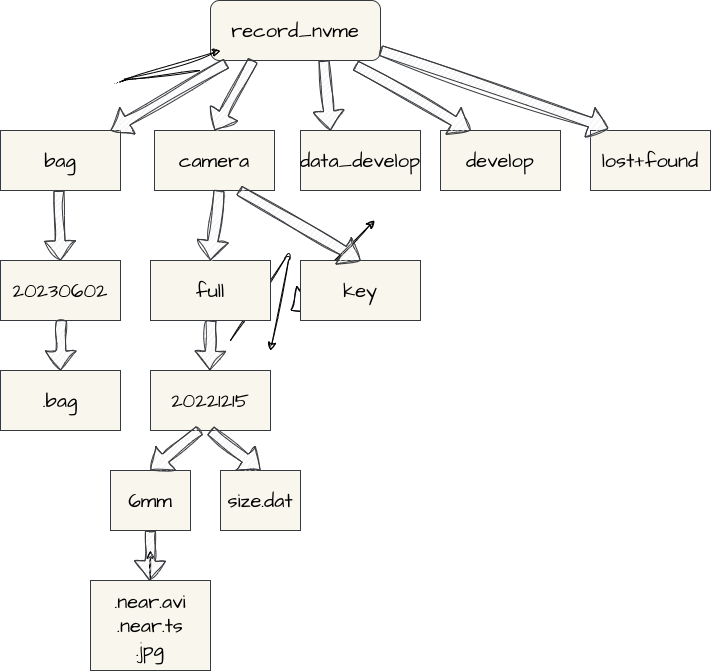
Before: 文件层级.png, a diagram exported from draw.io (zzcodd/ImageHosting). Source tidied: cells renumbered, new cells last; positions are measured from the earlier drawing's top-left corner, leaving out a move shared by most shapes. The source it was exported from:
```xml
<mxGraphModel background="#ffffff">
  <root>
    <mxCell id="0" />
    <mxCell id="1" parent="0" />
    <mxCell id="2" value="record_nvme" style="whiteSpace=wrap;html=1;align=center;newEdgeStyle={&quot;edgeStyle&quot;:&quot;elbowEdgeStyle&quot;,&quot;startArrow&quot;:&quot;none&quot;,&quot;endArrow&quot;:&quot;none&quot;};rounded=1;shadow=0;glass=0;sketch=0;hachureGap=4;jiggle=2;curveFitting=1;fontFamily=Architects Daughter;fontSource=https%3A%2F%2Ffonts.googleapis.com%2Fcss%3Ffamily%3DArchitects%2BDaughter;fontSize=20;fillColor=#f9f7ed;strokeColor=#36393d;fontColor=#000000;" parent="1" vertex="1">
      <mxGeometry x="210" width="170" height="60" as="geometry" />
    </mxCell>
    <mxCell id="3" value="bag" style="rounded=0;whiteSpace=wrap;html=1;shadow=0;glass=0;sketch=0;hachureGap=4;jiggle=2;curveFitting=1;fontFamily=Architects Daughter;fontSource=https%3A%2F%2Ffonts.googleapis.com%2Fcss%3Ffamily%3DArchitects%2BDaughter;fontSize=20;fillColor=#f9f7ed;strokeColor=#36393d;fontColor=#000000;" parent="1" vertex="1">
      <mxGeometry y="130" width="120" height="60" as="geometry" />
    </mxCell>
    <mxCell id="4" value="camera" style="rounded=0;whiteSpace=wrap;html=1;shadow=0;glass=0;sketch=0;hachureGap=4;jiggle=2;curveFitting=1;fontFamily=Architects Daughter;fontSource=https%3A%2F%2Ffonts.googleapis.com%2Fcss%3Ffamily%3DArchitects%2BDaughter;fontSize=20;fillColor=#f9f7ed;strokeColor=#36393d;fontColor=#000000;" parent="1" vertex="1">
      <mxGeometry x="154" y="130" width="120" height="60" as="geometry" />
    </mxCell>
    <mxCell id="5" value="data_develop" style="rounded=0;whiteSpace=wrap;html=1;shadow=0;glass=0;sketch=0;hachureGap=4;jiggle=2;curveFitting=1;fontFamily=Architects Daughter;fontSource=https%3A%2F%2Ffonts.googleapis.com%2Fcss%3Ffamily%3DArchitects%2BDaughter;fontSize=20;fillColor=#f9f7ed;strokeColor=#36393d;fontColor=#000000;" parent="1" vertex="1">
      <mxGeometry x="300" y="130" width="120" height="60" as="geometry" />
    </mxCell>
    <mxCell id="6" value="develop" style="rounded=0;whiteSpace=wrap;html=1;shadow=0;glass=0;sketch=0;hachureGap=4;jiggle=2;curveFitting=1;fontFamily=Architects Daughter;fontSource=https%3A%2F%2Ffonts.googleapis.com%2Fcss%3Ffamily%3DArchitects%2BDaughter;fontSize=20;fillColor=#f9f7ed;strokeColor=#36393d;fontColor=#000000;" parent="1" vertex="1">
      <mxGeometry x="440" y="130" width="120" height="60" as="geometry" />
    </mxCell>
    <mxCell id="7" value="lost+found" style="rounded=0;whiteSpace=wrap;html=1;shadow=0;glass=0;sketch=0;hachureGap=4;jiggle=2;curveFitting=1;fontFamily=Architects Daughter;fontSource=https%3A%2F%2Ffonts.googleapis.com%2Fcss%3Ffamily%3DArchitects%2BDaughter;fontSize=20;fillColor=#f9f7ed;strokeColor=#36393d;fontColor=#000000;" parent="1" vertex="1">
      <mxGeometry x="590" y="130" width="120" height="60" as="geometry" />
    </mxCell>
    <mxCell id="8" style="shape=flexArrow;endArrow=classic;html=1;sketch=1;hachureGap=4;jiggle=2;curveFitting=1;fontFamily=Architects Daughter;fontSource=https%3A%2F%2Ffonts.googleapis.com%2Fcss%3Ffamily%3DArchitects%2BDaughter;fontSize=16;fontColor=#000000;" parent="1" edge="1">
      <mxGeometry relative="1" as="geometry">
        <mxPoint x="330" y="280" as="sourcePoint" />
        <mxPoint x="290" y="310" as="targetPoint" />
      </mxGeometry>
    </mxCell>
    <mxCell id="9" style="endArrow=classic;html=1;sketch=1;hachureGap=4;jiggle=2;curveFitting=1;fontFamily=Architects Daughter;fontSource=https%3A%2F%2Ffonts.googleapis.com%2Fcss%3Ffamily%3DArchitects%2BDaughter;fontSize=16;fontColor=#000000;" parent="1" edge="1">
      <mxGeometry relative="1" as="geometry">
        <mxPoint x="324" y="270" as="sourcePoint" />
        <mxPoint x="374" y="220" as="targetPoint" />
      </mxGeometry>
    </mxCell>
    <mxCell id="10" style="endArrow=classic;html=1;sketch=1;hachureGap=4;jiggle=2;curveFitting=1;fontFamily=Architects Daughter;fontSource=https%3A%2F%2Ffonts.googleapis.com%2Fcss%3Ffamily%3DArchitects%2BDaughter;fontSize=16;fontColor=#000000;" parent="1" edge="1">
      <mxGeometry relative="1" as="geometry">
        <mxPoint x="200" y="70" as="sourcePoint" />
        <mxPoint x="220" y="50" as="targetPoint" />
        <Array as="points">
          <mxPoint x="120" y="80" />
        </Array>
      </mxGeometry>
    </mxCell>
    <mxCell id="11" style="endArrow=classic;html=1;sketch=1;hachureGap=4;jiggle=2;curveFitting=1;fontFamily=Architects Daughter;fontSource=https%3A%2F%2Ffonts.googleapis.com%2Fcss%3Ffamily%3DArchitects%2BDaughter;fontSize=16;fontColor=#000000;" parent="1" edge="1">
      <mxGeometry relative="1" as="geometry">
        <mxPoint x="230" y="340" as="sourcePoint" />
        <mxPoint x="270" y="350" as="targetPoint" />
        <Array as="points">
          <mxPoint x="290" y="250" />
        </Array>
      </mxGeometry>
    </mxCell>
    <mxCell id="12" style="shape=flexArrow;endArrow=classic;html=1;sketch=1;hachureGap=4;jiggle=2;curveFitting=1;fontFamily=Architects Daughter;fontSource=https%3A%2F%2Ffonts.googleapis.com%2Fcss%3Ffamily%3DArchitects%2BDaughter;fontSize=16;fontColor=#000000;fillColor=#eeeeee;strokeColor=#36393d;exitX=0.094;exitY=1.05;exitDx=0;exitDy=0;exitPerimeter=0;" parent="1" edge="1" source="2">
      <mxGeometry relative="1" as="geometry">
        <mxPoint x="110" y="130" as="targetPoint" />
      </mxGeometry>
    </mxCell>
    <mxCell id="13" style="shape=flexArrow;endArrow=classic;html=1;sketch=1;hachureGap=4;jiggle=2;curveFitting=1;fontFamily=Architects Daughter;fontSource=https%3A%2F%2Ffonts.googleapis.com%2Fcss%3Ffamily%3DArchitects%2BDaughter;fontSize=16;fontColor=#000000;fillColor=#eeeeee;strokeColor=#36393d;exitX=0.25;exitY=1;exitDx=0;exitDy=0;entryX=0.5;entryY=0;entryDx=0;entryDy=0;" parent="1" edge="1" source="2" target="4">
      <mxGeometry relative="1" as="geometry" />
    </mxCell>
    <mxCell id="14" style="shape=flexArrow;endArrow=classic;html=1;sketch=1;hachureGap=4;jiggle=2;curveFitting=1;fontFamily=Architects Daughter;fontSource=https%3A%2F%2Ffonts.googleapis.com%2Fcss%3Ffamily%3DArchitects%2BDaughter;fontSize=16;fontColor=#000000;fillColor=#eeeeee;strokeColor=#36393d;exitX=0.25;exitY=1;exitDx=0;exitDy=0;entryX=0.25;entryY=0;entryDx=0;entryDy=0;" parent="1" edge="1" target="5">
      <mxGeometry relative="1" as="geometry">
        <mxPoint x="323.5" y="60" as="sourcePoint" />
      </mxGeometry>
    </mxCell>
    <mxCell id="15" style="shape=flexArrow;endArrow=classic;html=1;sketch=1;hachureGap=4;jiggle=2;curveFitting=1;fontFamily=Architects Daughter;fontSource=https%3A%2F%2Ffonts.googleapis.com%2Fcss%3Ffamily%3DArchitects%2BDaughter;fontSize=16;fontColor=#000000;fillColor=#eeeeee;strokeColor=#36393d;exitX=0.853;exitY=1.083;exitDx=0;exitDy=0;entryX=0.25;entryY=0;entryDx=0;entryDy=0;exitPerimeter=0;" parent="1" edge="1" source="2" target="6">
      <mxGeometry relative="1" as="geometry" />
    </mxCell>
    <mxCell id="16" style="shape=flexArrow;endArrow=classic;html=1;sketch=1;hachureGap=4;jiggle=2;curveFitting=1;fontFamily=Architects Daughter;fontSource=https%3A%2F%2Ffonts.googleapis.com%2Fcss%3Ffamily%3DArchitects%2BDaughter;fontSize=16;fontColor=#000000;fillColor=#eeeeee;strokeColor=#36393d;exitX=0.853;exitY=1.083;exitDx=0;exitDy=0;entryX=0.15;entryY=-0.033;entryDx=0;entryDy=0;exitPerimeter=0;entryPerimeter=0;" parent="1" edge="1" target="7">
      <mxGeometry relative="1" as="geometry">
        <mxPoint x="380" y="50" as="sourcePoint" />
      </mxGeometry>
    </mxCell>
    <mxCell id="17" value="20230602" style="rounded=0;whiteSpace=wrap;html=1;shadow=0;glass=0;sketch=0;hachureGap=4;jiggle=2;curveFitting=1;fontFamily=Architects Daughter;fontSource=https%3A%2F%2Ffonts.googleapis.com%2Fcss%3Ffamily%3DArchitects%2BDaughter;fontSize=20;fillColor=#f9f7ed;strokeColor=#36393d;fontColor=#000000;" parent="1" vertex="1">
      <mxGeometry y="260" width="120" height="60" as="geometry" />
    </mxCell>
    <mxCell id="18" style="shape=flexArrow;endArrow=classic;html=1;sketch=1;hachureGap=4;jiggle=2;curveFitting=1;fontFamily=Architects Daughter;fontSource=https%3A%2F%2Ffonts.googleapis.com%2Fcss%3Ffamily%3DArchitects%2BDaughter;fontSize=16;fontColor=#000000;fillColor=#eeeeee;strokeColor=#36393d;exitX=0.25;exitY=1;exitDx=0;exitDy=0;entryX=0.5;entryY=0;entryDx=0;entryDy=0;" parent="1" edge="1" target="17">
      <mxGeometry relative="1" as="geometry">
        <mxPoint x="58.5" y="190" as="sourcePoint" />
      </mxGeometry>
    </mxCell>
    <mxCell id="19" value=".bag" style="rounded=0;whiteSpace=wrap;html=1;shadow=0;glass=0;sketch=0;hachureGap=4;jiggle=2;curveFitting=1;fontFamily=Architects Daughter;fontSource=https%3A%2F%2Ffonts.googleapis.com%2Fcss%3Ffamily%3DArchitects%2BDaughter;fontSize=20;fillColor=#f9f7ed;strokeColor=#36393d;fontColor=#000000;" parent="1" vertex="1">
      <mxGeometry y="370" width="120" height="60" as="geometry" />
    </mxCell>
    <mxCell id="20" style="shape=flexArrow;endArrow=classic;html=1;sketch=1;hachureGap=4;jiggle=2;curveFitting=1;fontFamily=Architects Daughter;fontSource=https%3A%2F%2Ffonts.googleapis.com%2Fcss%3Ffamily%3DArchitects%2BDaughter;fontSize=16;fontColor=#000000;fillColor=#eeeeee;strokeColor=#36393d;" parent="1" edge="1">
      <mxGeometry relative="1" as="geometry">
        <mxPoint x="61" y="320" as="sourcePoint" />
        <mxPoint x="60" y="370" as="targetPoint" />
      </mxGeometry>
    </mxCell>
    <mxCell id="21" value="full" style="rounded=0;whiteSpace=wrap;html=1;shadow=0;glass=0;sketch=0;hachureGap=4;jiggle=2;curveFitting=1;fontFamily=Architects Daughter;fontSource=https%3A%2F%2Ffonts.googleapis.com%2Fcss%3Ffamily%3DArchitects%2BDaughter;fontSize=20;fillColor=#f9f7ed;strokeColor=#36393d;fontColor=#000000;" parent="1" vertex="1">
      <mxGeometry x="150" y="260" width="120" height="60" as="geometry" />
    </mxCell>
    <mxCell id="22" value="key" style="rounded=0;whiteSpace=wrap;html=1;shadow=0;glass=0;sketch=0;hachureGap=4;jiggle=2;curveFitting=1;fontFamily=Architects Daughter;fontSource=https%3A%2F%2Ffonts.googleapis.com%2Fcss%3Ffamily%3DArchitects%2BDaughter;fontSize=20;fillColor=#f9f7ed;strokeColor=#36393d;fontColor=#000000;" parent="1" vertex="1">
      <mxGeometry x="300" y="260" width="120" height="60" as="geometry" />
    </mxCell>
    <mxCell id="23" style="shape=flexArrow;endArrow=classic;html=1;sketch=1;hachureGap=4;jiggle=2;curveFitting=1;fontFamily=Architects Daughter;fontSource=https%3A%2F%2Ffonts.googleapis.com%2Fcss%3Ffamily%3DArchitects%2BDaughter;fontSize=16;fontColor=#000000;fillColor=#eeeeee;strokeColor=#36393d;exitX=0.25;exitY=1;exitDx=0;exitDy=0;entryX=0.5;entryY=0;entryDx=0;entryDy=0;" parent="1" edge="1" target="21">
      <mxGeometry relative="1" as="geometry">
        <mxPoint x="218.5" y="190" as="sourcePoint" />
      </mxGeometry>
    </mxCell>
    <mxCell id="24" style="shape=flexArrow;endArrow=classic;html=1;sketch=1;hachureGap=4;jiggle=2;curveFitting=1;fontFamily=Architects Daughter;fontSource=https%3A%2F%2Ffonts.googleapis.com%2Fcss%3Ffamily%3DArchitects%2BDaughter;fontSize=16;fontColor=#000000;fillColor=#eeeeee;strokeColor=#36393d;exitX=0.25;exitY=1;exitDx=0;exitDy=0;entryX=0.5;entryY=0;entryDx=0;entryDy=0;" parent="1" edge="1" target="22">
      <mxGeometry relative="1" as="geometry">
        <mxPoint x="238.5" y="190" as="sourcePoint" />
      </mxGeometry>
    </mxCell>
    <mxCell id="25" value="20221215" style="rounded=0;whiteSpace=wrap;html=1;shadow=0;glass=0;sketch=0;hachureGap=4;jiggle=2;curveFitting=1;fontFamily=Architects Daughter;fontSource=https%3A%2F%2Ffonts.googleapis.com%2Fcss%3Ffamily%3DArchitects%2BDaughter;fontSize=20;fillColor=#f9f7ed;strokeColor=#36393d;fontColor=#000000;" parent="1" vertex="1">
      <mxGeometry x="150" y="370" width="120" height="60" as="geometry" />
    </mxCell>
    <mxCell id="26" style="shape=flexArrow;endArrow=classic;html=1;sketch=1;hachureGap=4;jiggle=2;curveFitting=1;fontFamily=Architects Daughter;fontSource=https%3A%2F%2Ffonts.googleapis.com%2Fcss%3Ffamily%3DArchitects%2BDaughter;fontSize=16;fontColor=#000000;fillColor=#eeeeee;strokeColor=#36393d;" parent="1" edge="1">
      <mxGeometry relative="1" as="geometry">
        <mxPoint x="210.5" y="320" as="sourcePoint" />
        <mxPoint x="209.5" y="370" as="targetPoint" />
      </mxGeometry>
    </mxCell>
    <mxCell id="27" value="6mm" style="rounded=0;whiteSpace=wrap;html=1;shadow=0;glass=0;sketch=0;hachureGap=4;jiggle=2;curveFitting=1;fontFamily=Architects Daughter;fontSource=https%3A%2F%2Ffonts.googleapis.com%2Fcss%3Ffamily%3DArchitects%2BDaughter;fontSize=20;fillColor=#f9f7ed;strokeColor=#36393d;fontColor=#000000;" parent="1" vertex="1">
      <mxGeometry x="110" y="470" width="80" height="60" as="geometry" />
    </mxCell>
    <mxCell id="28" value="size.dat" style="rounded=0;whiteSpace=wrap;html=1;shadow=0;glass=0;sketch=0;hachureGap=4;jiggle=2;curveFitting=1;fontFamily=Architects Daughter;fontSource=https%3A%2F%2Ffonts.googleapis.com%2Fcss%3Ffamily%3DArchitects%2BDaughter;fontSize=20;fillColor=#f9f7ed;strokeColor=#36393d;fontColor=#000000;" parent="1" vertex="1">
      <mxGeometry x="220" y="470" width="80" height="60" as="geometry" />
    </mxCell>
    <mxCell id="29" style="shape=flexArrow;endArrow=classic;html=1;sketch=1;hachureGap=4;jiggle=2;curveFitting=1;fontFamily=Architects Daughter;fontSource=https%3A%2F%2Ffonts.googleapis.com%2Fcss%3Ffamily%3DArchitects%2BDaughter;fontSize=16;fontColor=#000000;fillColor=#eeeeee;strokeColor=#36393d;exitX=0.408;exitY=1;exitDx=0;exitDy=0;exitPerimeter=0;entryX=0.5;entryY=0;entryDx=0;entryDy=0;" parent="1" edge="1" source="25" target="27">
      <mxGeometry relative="1" as="geometry" />
    </mxCell>
    <mxCell id="30" style="shape=flexArrow;endArrow=classic;html=1;sketch=1;hachureGap=4;jiggle=2;curveFitting=1;fontFamily=Architects Daughter;fontSource=https%3A%2F%2Ffonts.googleapis.com%2Fcss%3Ffamily%3DArchitects%2BDaughter;fontSize=16;fontColor=#000000;fillColor=#eeeeee;strokeColor=#36393d;exitX=0.5;exitY=1;exitDx=0;exitDy=0;entryX=0.5;entryY=0;entryDx=0;entryDy=0;" parent="1" edge="1" source="25" target="28">
      <mxGeometry relative="1" as="geometry" />
    </mxCell>
    <mxCell id="31" style="edgeStyle=none;sketch=1;hachureGap=4;jiggle=2;curveFitting=1;html=1;exitX=0.5;exitY=0;exitDx=0;exitDy=0;fontFamily=Architects Daughter;fontSource=https%3A%2F%2Ffonts.googleapis.com%2Fcss%3Ffamily%3DArchitects%2BDaughter;fontSize=16;fontColor=#000000;" parent="1" edge="1" source="32">
      <mxGeometry relative="1" as="geometry">
        <mxPoint x="150" y="550" as="targetPoint" />
      </mxGeometry>
    </mxCell>
    <mxCell id="32" value=".near.avi&lt;br&gt;.near.ts&lt;br&gt;.jpg&lt;br&gt;" style="rounded=0;whiteSpace=wrap;html=1;shadow=0;glass=0;sketch=0;hachureGap=4;jiggle=2;curveFitting=1;fontFamily=Architects Daughter;fontSource=https%3A%2F%2Ffonts.googleapis.com%2Fcss%3Ffamily%3DArchitects%2BDaughter;fontSize=20;fillColor=#f9f7ed;strokeColor=#36393d;fontColor=#000000;" parent="1" vertex="1">
      <mxGeometry x="90" y="580" width="120" height="90" as="geometry" />
    </mxCell>
    <mxCell id="33" style="shape=flexArrow;endArrow=classic;html=1;sketch=1;hachureGap=4;jiggle=2;curveFitting=1;fontFamily=Architects Daughter;fontSource=https%3A%2F%2Ffonts.googleapis.com%2Fcss%3Ffamily%3DArchitects%2BDaughter;fontSize=16;fontColor=#000000;fillColor=#eeeeee;strokeColor=#36393d;" parent="1" edge="1">
      <mxGeometry relative="1" as="geometry">
        <mxPoint x="150" y="530" as="sourcePoint" />
        <mxPoint x="149" y="580" as="targetPoint" />
      </mxGeometry>
    </mxCell>
  </root>
</mxGraphModel>
```
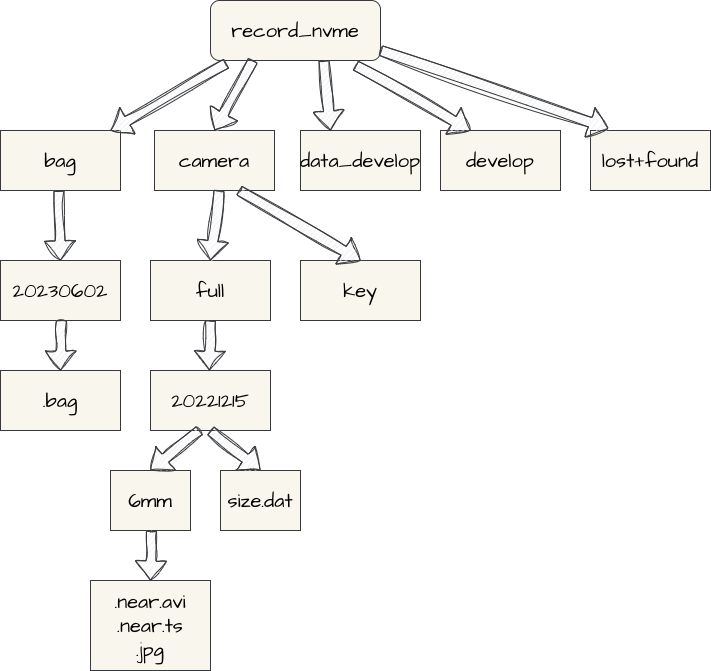
After the change.

Change to the diagram source:
```diff
@@ -20,36 +20,6 @@
     <mxCell id="7" value="lost+found" style="rounded=0;whiteSpace=wrap;html=1;shadow=0;glass=0;sketch=0;hachureGap=4;jiggle=2;curveFitting=1;fontFamily=Architects Daughter;fontSource=https%3A%2F%2Ffonts.googleapis.com%2Fcss%3Ffamily%3DArchitects%2BDaughter;fontSize=20;fillColor=#f9f7ed;strokeColor=#36393d;fontColor=#000000;" parent="1" vertex="1">
       <mxGeometry x="590" y="130" width="120" height="60" as="geometry" />
     </mxCell>
-    <mxCell id="8" style="shape=flexArrow;endArrow=classic;html=1;sketch=1;hachureGap=4;jiggle=2;curveFitting=1;fontFamily=Architects Daughter;fontSource=https%3A%2F%2Ffonts.googleapis.com%2Fcss%3Ffamily%3DArchitects%2BDaughter;fontSize=16;fontColor=#000000;" parent="1" edge="1">
-      <mxGeometry relative="1" as="geometry">
-        <mxPoint x="330" y="280" as="sourcePoint" />
-        <mxPoint x="290" y="310" as="targetPoint" />
-      </mxGeometry>
-    </mxCell>
-    <mxCell id="9" style="endArrow=classic;html=1;sketch=1;hachureGap=4;jiggle=2;curveFitting=1;fontFamily=Architects Daughter;fontSource=https%3A%2F%2Ffonts.googleapis.com%2Fcss%3Ffamily%3DArchitects%2BDaughter;fontSize=16;fontColor=#000000;" parent="1" edge="1">
-      <mxGeometry relative="1" as="geometry">
-        <mxPoint x="324" y="270" as="sourcePoint" />
-        <mxPoint x="374" y="220" as="targetPoint" />
-      </mxGeometry>
-    </mxCell>
-    <mxCell id="10" style="endArrow=classic;html=1;sketch=1;hachureGap=4;jiggle=2;curveFitting=1;fontFamily=Architects Daughter;fontSource=https%3A%2F%2Ffonts.googleapis.com%2Fcss%3Ffamily%3DArchitects%2BDaughter;fontSize=16;fontColor=#000000;" parent="1" edge="1">
-      <mxGeometry relative="1" as="geometry">
-        <mxPoint x="200" y="70" as="sourcePoint" />
-        <mxPoint x="220" y="50" as="targetPoint" />
-        <Array as="points">
-          <mxPoint x="120" y="80" />
-        </Array>
-      </mxGeometry>
-    </mxCell>
-    <mxCell id="11" style="endArrow=classic;html=1;sketch=1;hachureGap=4;jiggle=2;curveFitting=1;fontFamily=Architects Daughter;fontSource=https%3A%2F%2Ffonts.googleapis.com%2Fcss%3Ffamily%3DArchitects%2BDaughter;fontSize=16;fontColor=#000000;" parent="1" edge="1">
-      <mxGeometry relative="1" as="geometry">
-        <mxPoint x="230" y="340" as="sourcePoint" />
-        <mxPoint x="270" y="350" as="targetPoint" />
-        <Array as="points">
-          <mxPoint x="290" y="250" />
-        </Array>
-      </mxGeometry>
-    </mxCell>
     <mxCell id="12" style="shape=flexArrow;endArrow=classic;html=1;sketch=1;hachureGap=4;jiggle=2;curveFitting=1;fontFamily=Architects Daughter;fontSource=https%3A%2F%2Ffonts.googleapis.com%2Fcss%3Ffamily%3DArchitects%2BDaughter;fontSize=16;fontColor=#000000;fillColor=#eeeeee;strokeColor=#36393d;exitX=0.094;exitY=1.05;exitDx=0;exitDy=0;exitPerimeter=0;" parent="1" edge="1" source="2">
       <mxGeometry relative="1" as="geometry">
         <mxPoint x="110" y="130" as="targetPoint" />
@@ -109,8 +79,8 @@
     </mxCell>
     <mxCell id="26" style="shape=flexArrow;endArrow=classic;html=1;sketch=1;hachureGap=4;jiggle=2;curveFitting=1;fontFamily=Architects Daughter;fontSource=https%3A%2F%2Ffonts.googleapis.com%2Fcss%3Ffamily%3DArchitects%2BDaughter;fontSize=16;fontColor=#000000;fillColor=#eeeeee;strokeColor=#36393d;" parent="1" edge="1">
       <mxGeometry relative="1" as="geometry">
-        <mxPoint x="210.5" y="320" as="sourcePoint" />
-        <mxPoint x="209.5" y="370" as="targetPoint" />
+        <mxPoint x="210" y="320" as="sourcePoint" />
+        <mxPoint x="209" y="370" as="targetPoint" />
       </mxGeometry>
     </mxCell>
     <mxCell id="27" value="6mm" style="rounded=0;whiteSpace=wrap;html=1;shadow=0;glass=0;sketch=0;hachureGap=4;jiggle=2;curveFitting=1;fontFamily=Architects Daughter;fontSource=https%3A%2F%2Ffonts.googleapis.com%2Fcss%3Ffamily%3DArchitects%2BDaughter;fontSize=20;fillColor=#f9f7ed;strokeColor=#36393d;fontColor=#000000;" parent="1" vertex="1">
@@ -125,18 +95,13 @@
     <mxCell id="30" style="shape=flexArrow;endArrow=classic;html=1;sketch=1;hachureGap=4;jiggle=2;curveFitting=1;fontFamily=Architects Daughter;fontSource=https%3A%2F%2Ffonts.googleapis.com%2Fcss%3Ffamily%3DArchitects%2BDaughter;fontSize=16;fontColor=#000000;fillColor=#eeeeee;strokeColor=#36393d;exitX=0.5;exitY=1;exitDx=0;exitDy=0;entryX=0.5;entryY=0;entryDx=0;entryDy=0;" parent="1" edge="1" source="25" target="28">
       <mxGeometry relative="1" as="geometry" />
     </mxCell>
-    <mxCell id="31" style="edgeStyle=none;sketch=1;hachureGap=4;jiggle=2;curveFitting=1;html=1;exitX=0.5;exitY=0;exitDx=0;exitDy=0;fontFamily=Architects Daughter;fontSource=https%3A%2F%2Ffonts.googleapis.com%2Fcss%3Ffamily%3DArchitects%2BDaughter;fontSize=16;fontColor=#000000;" parent="1" edge="1" source="32">
-      <mxGeometry relative="1" as="geometry">
-        <mxPoint x="150" y="550" as="targetPoint" />
-      </mxGeometry>
-    </mxCell>
     <mxCell id="32" value=".near.avi&lt;br&gt;.near.ts&lt;br&gt;.jpg&lt;br&gt;" style="rounded=0;whiteSpace=wrap;html=1;shadow=0;glass=0;sketch=0;hachureGap=4;jiggle=2;curveFitting=1;fontFamily=Architects Daughter;fontSource=https%3A%2F%2Ffonts.googleapis.com%2Fcss%3Ffamily%3DArchitects%2BDaughter;fontSize=20;fillColor=#f9f7ed;strokeColor=#36393d;fontColor=#000000;" parent="1" vertex="1">
       <mxGeometry x="90" y="580" width="120" height="90" as="geometry" />
     </mxCell>
     <mxCell id="33" style="shape=flexArrow;endArrow=classic;html=1;sketch=1;hachureGap=4;jiggle=2;curveFitting=1;fontFamily=Architects Daughter;fontSource=https%3A%2F%2Ffonts.googleapis.com%2Fcss%3Ffamily%3DArchitects%2BDaughter;fontSize=16;fontColor=#000000;fillColor=#eeeeee;strokeColor=#36393d;" parent="1" edge="1">
       <mxGeometry relative="1" as="geometry">
-        <mxPoint x="150" y="530" as="sourcePoint" />
-        <mxPoint x="149" y="580" as="targetPoint" />
+        <mxPoint x="151" y="530" as="sourcePoint" />
+        <mxPoint x="150" y="580" as="targetPoint" />
       </mxGeometry>
     </mxCell>
   </root>
```
